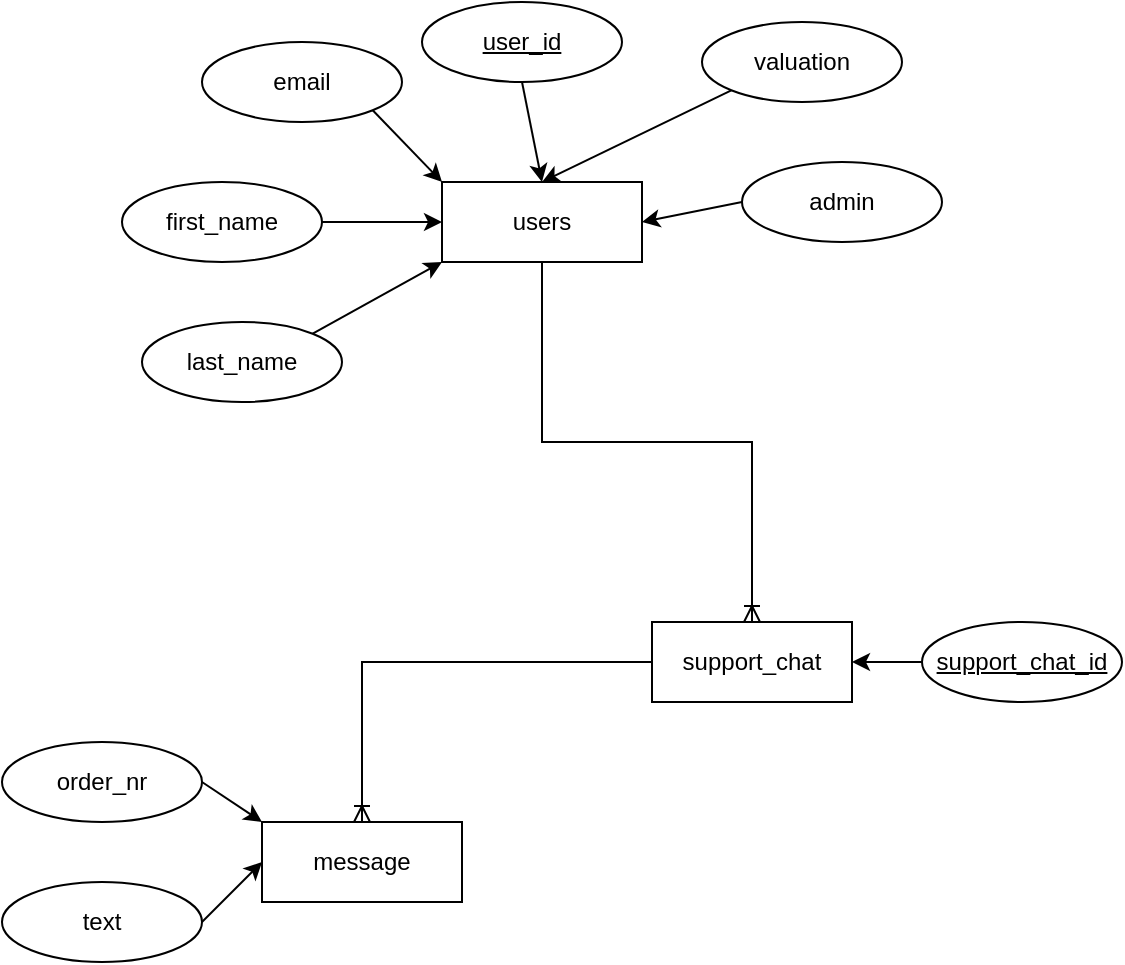
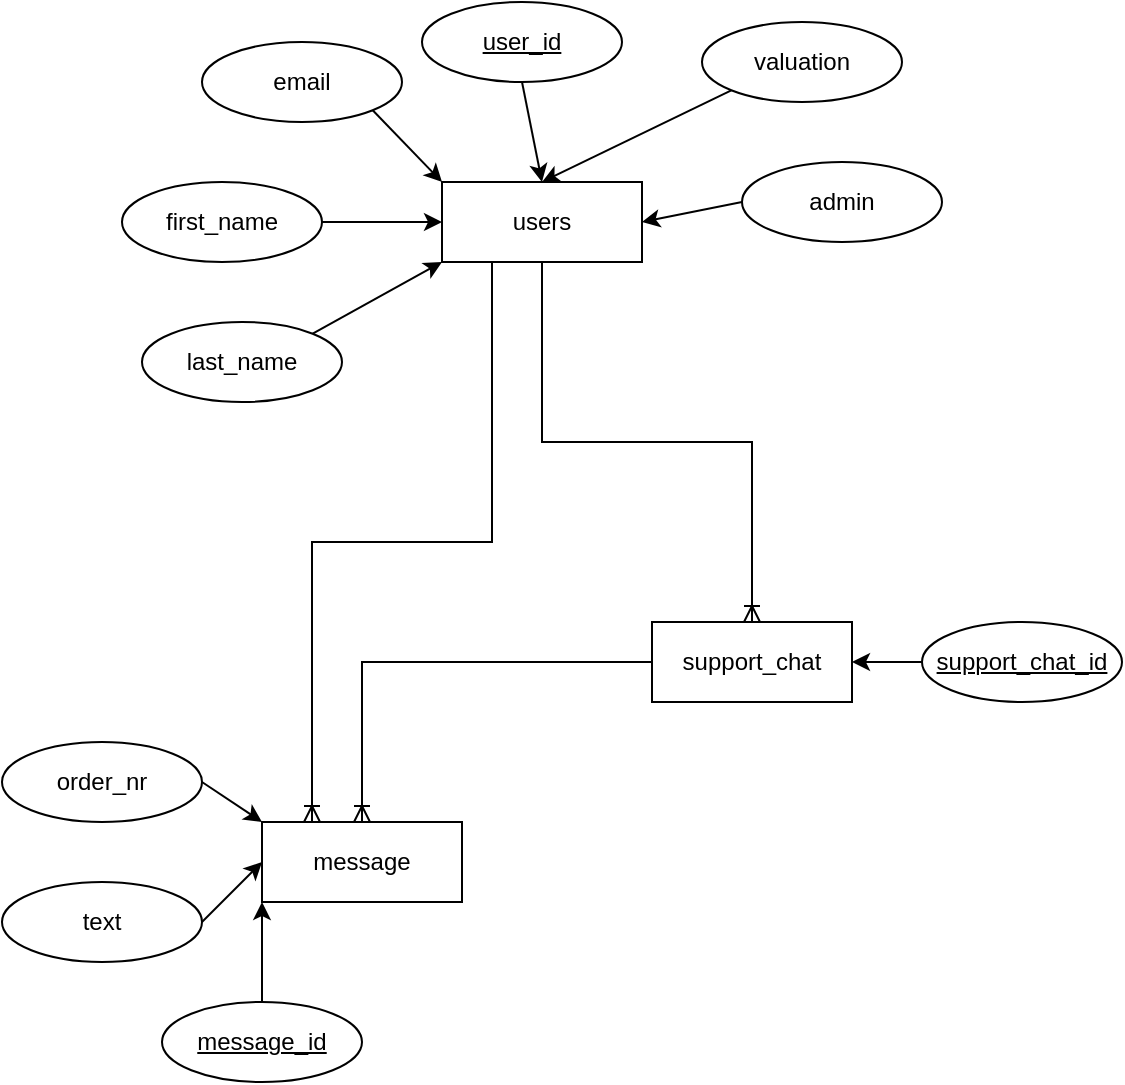
<mxfile host="Electron" agent="Mozilla/5.0 (Windows NT 10.0; Win64; x64) AppleWebKit/537.36 (KHTML, like Gecko) draw.io/29.6.1 Chrome/142.0.7444.265 Electron/39.8.0 Safari/537.36" version="29.6.1">
  <diagram name="Page-1" id="FkxRc8qL10dfI24CLziZ">
-     <mxGraphModel dx="972" dy="574" grid="1" gridSize="10" guides="1" tooltips="1" connect="1" arrows="1" fold="1" page="1" pageScale="1" pageWidth="850" pageHeight="1100" math="0" shadow="0">
+     <mxGraphModel dx="1175" dy="694" grid="1" gridSize="10" guides="1" tooltips="1" connect="1" arrows="1" fold="1" page="1" pageScale="1" pageWidth="850" pageHeight="1100" math="0" shadow="0">
      <root>
        <mxCell id="0" />
        <mxCell id="1" parent="0" />
        <mxCell id="mG1zV9PD4YbM4CnQ9la_-2" parent="1" style="whiteSpace=wrap;html=1;align=center;" value="users" vertex="1">
          <mxGeometry height="40" width="100" x="320" y="460" as="geometry" />
        </mxCell>
        <mxCell id="mG1zV9PD4YbM4CnQ9la_-21" edge="1" parent="1" source="mG1zV9PD4YbM4CnQ9la_-3" style="edgeStyle=none;rounded=0;orthogonalLoop=1;jettySize=auto;html=1;exitX=0.5;exitY=1;exitDx=0;exitDy=0;entryX=0.5;entryY=0;entryDx=0;entryDy=0;" target="mG1zV9PD4YbM4CnQ9la_-2">
          <mxGeometry relative="1" as="geometry" />
        </mxCell>
        <mxCell id="mG1zV9PD4YbM4CnQ9la_-3" parent="1" style="ellipse;whiteSpace=wrap;html=1;align=center;fontStyle=4;" value="user_id" vertex="1">
          <mxGeometry height="40" width="100" x="310" y="370" as="geometry" />
        </mxCell>
        <mxCell id="mG1zV9PD4YbM4CnQ9la_-20" edge="1" parent="1" source="mG1zV9PD4YbM4CnQ9la_-4" style="edgeStyle=none;rounded=0;orthogonalLoop=1;jettySize=auto;html=1;exitX=1;exitY=1;exitDx=0;exitDy=0;entryX=0;entryY=0;entryDx=0;entryDy=0;" target="mG1zV9PD4YbM4CnQ9la_-2">
          <mxGeometry relative="1" as="geometry" />
        </mxCell>
        <mxCell id="mG1zV9PD4YbM4CnQ9la_-4" parent="1" style="ellipse;whiteSpace=wrap;html=1;align=center;" value="email" vertex="1">
          <mxGeometry height="40" width="100" x="200" y="390" as="geometry" />
        </mxCell>
        <mxCell id="mG1zV9PD4YbM4CnQ9la_-19" edge="1" parent="1" source="mG1zV9PD4YbM4CnQ9la_-5" style="edgeStyle=none;rounded=0;orthogonalLoop=1;jettySize=auto;html=1;exitX=1;exitY=0.5;exitDx=0;exitDy=0;entryX=0;entryY=0.5;entryDx=0;entryDy=0;" target="mG1zV9PD4YbM4CnQ9la_-2">
          <mxGeometry relative="1" as="geometry" />
        </mxCell>
        <mxCell id="mG1zV9PD4YbM4CnQ9la_-5" parent="1" style="ellipse;whiteSpace=wrap;html=1;align=center;" value="first_name" vertex="1">
          <mxGeometry height="40" width="100" x="160" y="460" as="geometry" />
        </mxCell>
        <mxCell id="mG1zV9PD4YbM4CnQ9la_-18" edge="1" parent="1" source="mG1zV9PD4YbM4CnQ9la_-6" style="edgeStyle=none;rounded=0;orthogonalLoop=1;jettySize=auto;html=1;exitX=1;exitY=0;exitDx=0;exitDy=0;entryX=0;entryY=1;entryDx=0;entryDy=0;" target="mG1zV9PD4YbM4CnQ9la_-2">
          <mxGeometry relative="1" as="geometry" />
        </mxCell>
        <mxCell id="mG1zV9PD4YbM4CnQ9la_-6" parent="1" style="ellipse;whiteSpace=wrap;html=1;align=center;" value="last_name" vertex="1">
          <mxGeometry height="40" width="100" x="170" y="530" as="geometry" />
        </mxCell>
        <mxCell id="mG1zV9PD4YbM4CnQ9la_-22" edge="1" parent="1" source="mG1zV9PD4YbM4CnQ9la_-7" style="edgeStyle=none;rounded=0;orthogonalLoop=1;jettySize=auto;html=1;exitX=0;exitY=1;exitDx=0;exitDy=0;entryX=0.5;entryY=0;entryDx=0;entryDy=0;" target="mG1zV9PD4YbM4CnQ9la_-2">
          <mxGeometry relative="1" as="geometry" />
        </mxCell>
        <mxCell id="mG1zV9PD4YbM4CnQ9la_-7" parent="1" style="ellipse;whiteSpace=wrap;html=1;align=center;" value="valuation" vertex="1">
          <mxGeometry height="40" width="100" x="450" y="380" as="geometry" />
        </mxCell>
        <mxCell id="mG1zV9PD4YbM4CnQ9la_-23" edge="1" parent="1" source="mG1zV9PD4YbM4CnQ9la_-8" style="edgeStyle=none;rounded=0;orthogonalLoop=1;jettySize=auto;html=1;exitX=0;exitY=0.5;exitDx=0;exitDy=0;entryX=1;entryY=0.5;entryDx=0;entryDy=0;" target="mG1zV9PD4YbM4CnQ9la_-2">
          <mxGeometry relative="1" as="geometry" />
        </mxCell>
        <mxCell id="mG1zV9PD4YbM4CnQ9la_-8" parent="1" style="ellipse;whiteSpace=wrap;html=1;align=center;" value="admin" vertex="1">
          <mxGeometry height="40" width="100" x="470" y="450" as="geometry" />
        </mxCell>
        <mxCell id="mG1zV9PD4YbM4CnQ9la_-9" parent="1" style="whiteSpace=wrap;html=1;align=center;" value="support_chat" vertex="1">
          <mxGeometry height="40" width="100" x="425" y="680" as="geometry" />
        </mxCell>
        <mxCell id="mG1zV9PD4YbM4CnQ9la_-10" edge="1" parent="1" source="mG1zV9PD4YbM4CnQ9la_-2" style="edgeStyle=orthogonalEdgeStyle;fontSize=12;html=1;endArrow=ERoneToMany;rounded=0;entryX=0.5;entryY=0;entryDx=0;entryDy=0;exitX=0.5;exitY=1;exitDx=0;exitDy=0;" target="mG1zV9PD4YbM4CnQ9la_-9" value="">
          <mxGeometry height="100" relative="1" width="100" as="geometry">
            <mxPoint x="310" y="600" as="sourcePoint" />
            <mxPoint x="410" y="500" as="targetPoint" />
          </mxGeometry>
        </mxCell>
        <mxCell id="mG1zV9PD4YbM4CnQ9la_-11" parent="1" style="whiteSpace=wrap;html=1;align=center;" value="message" vertex="1">
          <mxGeometry height="40" width="100" x="230" y="780" as="geometry" />
        </mxCell>
        <mxCell id="mG1zV9PD4YbM4CnQ9la_-12" edge="1" parent="1" source="mG1zV9PD4YbM4CnQ9la_-9" style="edgeStyle=orthogonalEdgeStyle;fontSize=12;html=1;endArrow=ERoneToMany;rounded=0;entryX=0.5;entryY=0;entryDx=0;entryDy=0;exitX=0;exitY=0.5;exitDx=0;exitDy=0;" target="mG1zV9PD4YbM4CnQ9la_-11" value="">
          <mxGeometry height="100" relative="1" width="100" as="geometry">
            <mxPoint x="270" y="720" as="sourcePoint" />
            <mxPoint x="135" y="880" as="targetPoint" />
          </mxGeometry>
        </mxCell>
        <mxCell id="mG1zV9PD4YbM4CnQ9la_-24" edge="1" parent="1" source="mG1zV9PD4YbM4CnQ9la_-14" style="edgeStyle=none;rounded=0;orthogonalLoop=1;jettySize=auto;html=1;exitX=0;exitY=0.5;exitDx=0;exitDy=0;entryX=1;entryY=0.5;entryDx=0;entryDy=0;" target="mG1zV9PD4YbM4CnQ9la_-9">
          <mxGeometry relative="1" as="geometry" />
        </mxCell>
        <mxCell id="mG1zV9PD4YbM4CnQ9la_-14" parent="1" style="ellipse;whiteSpace=wrap;html=1;align=center;fontStyle=4;" value="support_chat_id" vertex="1">
          <mxGeometry height="40" width="100" x="560" y="680" as="geometry" />
        </mxCell>
        <mxCell id="mG1zV9PD4YbM4CnQ9la_-26" edge="1" parent="1" source="mG1zV9PD4YbM4CnQ9la_-15" style="edgeStyle=none;rounded=0;orthogonalLoop=1;jettySize=auto;html=1;exitX=1;exitY=0.5;exitDx=0;exitDy=0;entryX=0;entryY=0.5;entryDx=0;entryDy=0;" target="mG1zV9PD4YbM4CnQ9la_-11">
          <mxGeometry relative="1" as="geometry" />
        </mxCell>
        <mxCell id="mG1zV9PD4YbM4CnQ9la_-15" parent="1" style="ellipse;whiteSpace=wrap;html=1;align=center;" value="text" vertex="1">
          <mxGeometry height="40" width="100" x="100" y="810" as="geometry" />
        </mxCell>
        <mxCell id="mG1zV9PD4YbM4CnQ9la_-25" edge="1" parent="1" source="mG1zV9PD4YbM4CnQ9la_-16" style="edgeStyle=none;rounded=0;orthogonalLoop=1;jettySize=auto;html=1;exitX=1;exitY=0.5;exitDx=0;exitDy=0;entryX=0;entryY=0;entryDx=0;entryDy=0;" target="mG1zV9PD4YbM4CnQ9la_-11">
          <mxGeometry relative="1" as="geometry" />
        </mxCell>
        <mxCell id="mG1zV9PD4YbM4CnQ9la_-16" parent="1" style="ellipse;whiteSpace=wrap;html=1;align=center;" value="order_nr" vertex="1">
          <mxGeometry height="40" width="100" x="100" y="740" as="geometry" />
        </mxCell>
+         <mxCell id="cN0kyMGaIRYJpIKbjBrQ-3" edge="1" parent="1" source="cN0kyMGaIRYJpIKbjBrQ-1" style="edgeStyle=orthogonalEdgeStyle;rounded=0;orthogonalLoop=1;jettySize=auto;html=1;exitX=0.5;exitY=0;exitDx=0;exitDy=0;entryX=0;entryY=1;entryDx=0;entryDy=0;" target="mG1zV9PD4YbM4CnQ9la_-11">
+           <mxGeometry relative="1" as="geometry" />
+         </mxCell>
+         <mxCell id="cN0kyMGaIRYJpIKbjBrQ-1" parent="1" style="ellipse;whiteSpace=wrap;html=1;align=center;fontStyle=4;" value="message_id" vertex="1">
+           <mxGeometry height="40" width="100" x="180" y="870" as="geometry" />
+         </mxCell>
+         <mxCell id="cN0kyMGaIRYJpIKbjBrQ-2" edge="1" parent="1" source="mG1zV9PD4YbM4CnQ9la_-2" style="edgeStyle=orthogonalEdgeStyle;fontSize=12;html=1;endArrow=ERoneToMany;rounded=0;entryX=0.25;entryY=0;entryDx=0;entryDy=0;exitX=0.25;exitY=1;exitDx=0;exitDy=0;" target="mG1zV9PD4YbM4CnQ9la_-11" value="">
+           <mxGeometry height="100" relative="1" width="100" as="geometry">
+             <mxPoint x="360" y="780" as="sourcePoint" />
+             <mxPoint x="460" y="680" as="targetPoint" />
+           </mxGeometry>
+         </mxCell>
      </root>
    </mxGraphModel>
  </diagram>
</mxfile>
